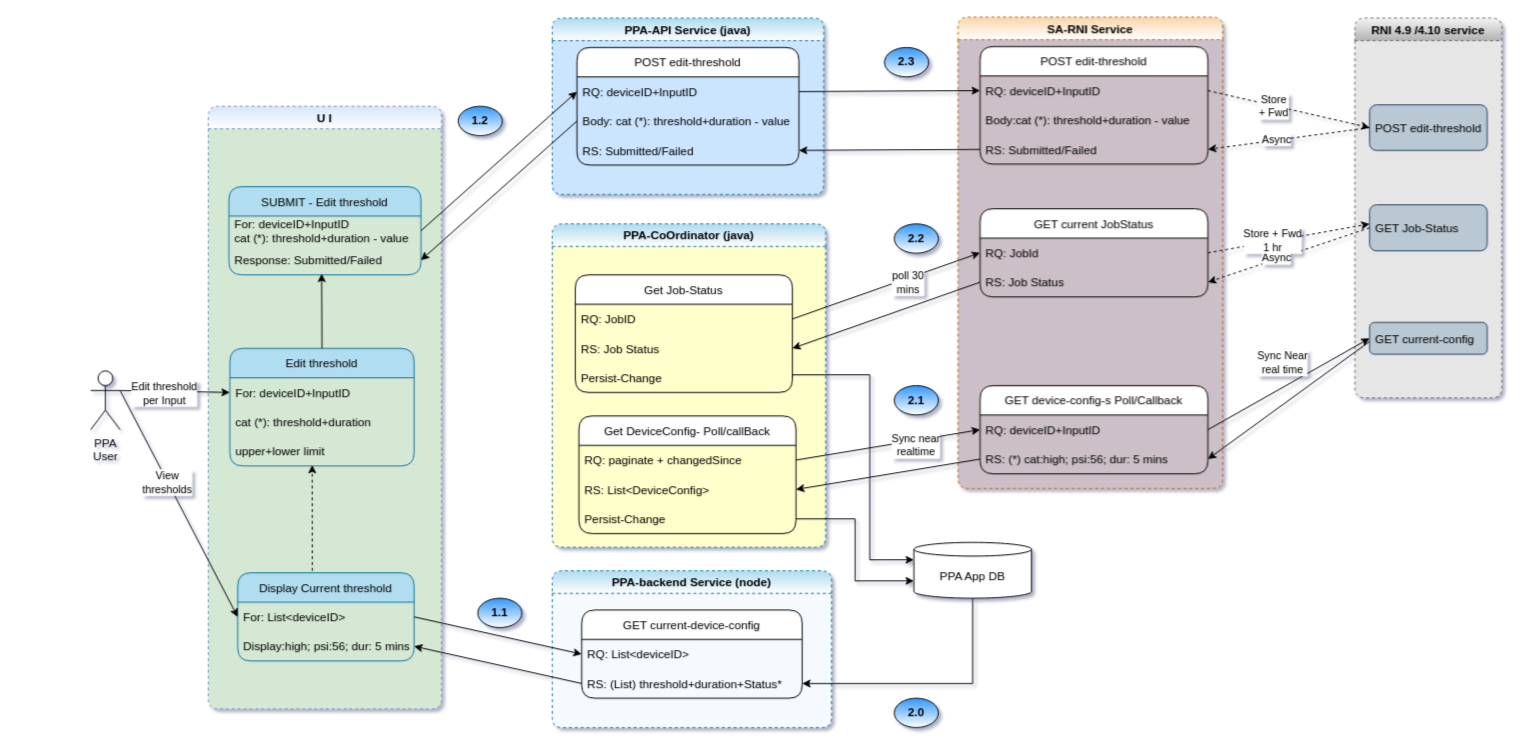
The draw.io diagram ppa/edit-threshold-data-mapping-v2.drawio in rajeshpv-common/my-drawio, before the edit. Source tidied: cells renumbered, new cells numbered last; positions are measured from the earlier drawing's top-left corner, leaving out a move shared by most shapes. Both pictures are drawn from the tidied source at 98%, with x=0, y=0 at pixel (90, 17).
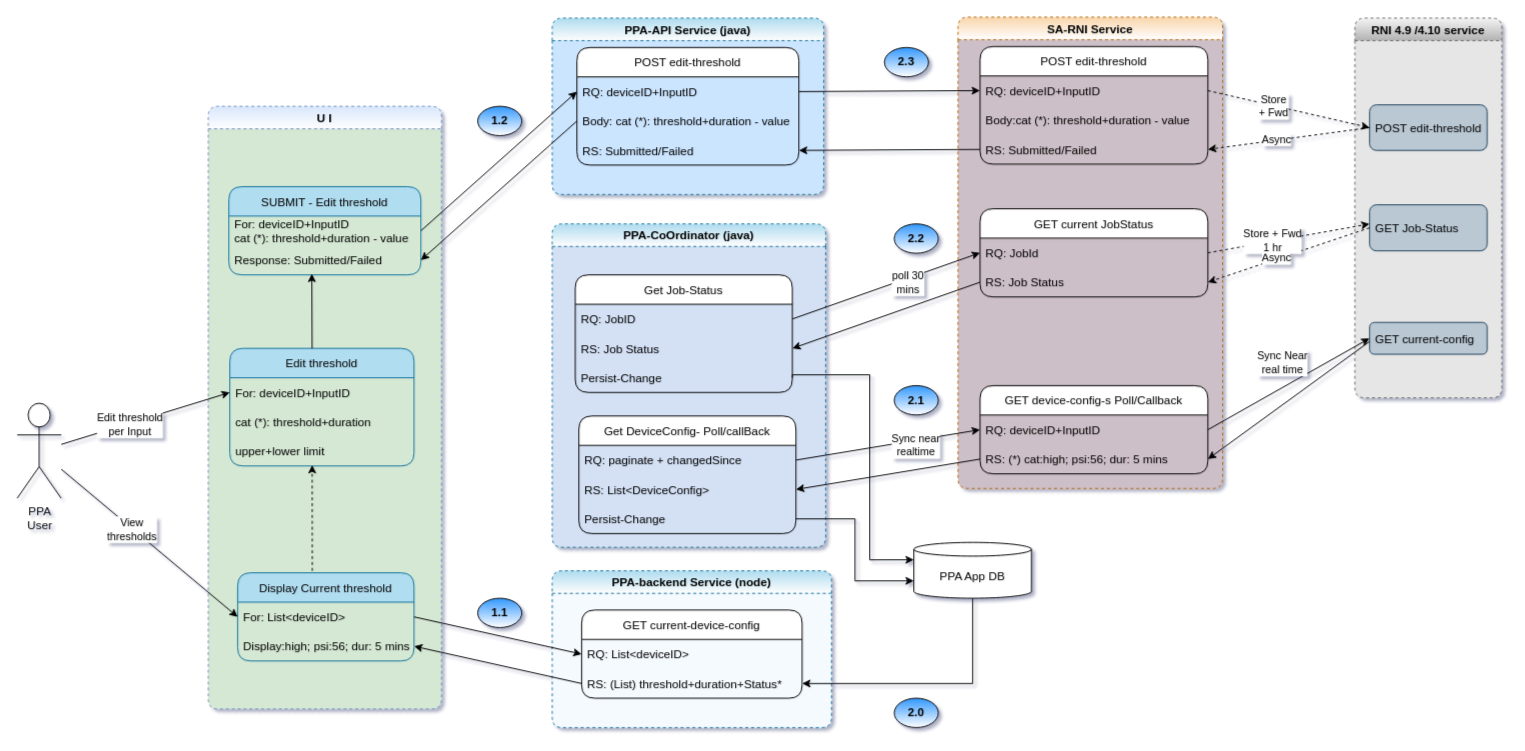
Above is the later version.

The change refers to these unchanged cells:
```xml
<mxCell id="39" value="U I" style="swimlane;rounded=1;dashed=1;fillColor=#dae8fc;strokeColor=#6c8ebf;gradientColor=#ffffff;swimlaneFillColor=#D5E8D4;" parent="1" vertex="1">
  <mxGeometry x="120" y="91" width="238" height="615" as="geometry" />
</mxCell>
<mxCell id="40" value="Edit threshold" style="swimlane;fontStyle=0;horizontal=1;startSize=30;rounded=1;labelBackgroundColor=none;fillColor=#b1ddf0;strokeColor=#10739e;" parent="39" vertex="1">
  <mxGeometry x="22" y="247" width="188" height="120" as="geometry" />
</mxCell>
<mxCell id="41" value="For: deviceID+InputID" style="text;strokeColor=none;fillColor=none;align=left;verticalAlign=middle;spacingLeft=4;spacingRight=4;overflow=hidden;points=[[0,0.5],[1,0.5]];portConstraint=eastwest;rounded=1;" parent="40" vertex="1">
  <mxGeometry y="30" width="188" height="30" as="geometry" />
</mxCell>
<mxCell id="46" value="Response: Submitted/Failed" style="text;strokeColor=none;fillColor=none;align=left;verticalAlign=middle;spacingLeft=4;spacingRight=4;overflow=hidden;points=[[0,0.5],[1,0.5]];portConstraint=eastwest;rounded=1;" parent="44" vertex="1">
  <mxGeometry y="60" width="196" height="30" as="geometry" />
</mxCell>
<mxCell id="50" value="For: List&lt;deviceID&gt;" style="text;strokeColor=none;fillColor=none;align=left;verticalAlign=middle;spacingLeft=4;spacingRight=4;overflow=hidden;points=[[0,0.5],[1,0.5]];portConstraint=eastwest;rounded=1;" parent="49" vertex="1">
  <mxGeometry y="30" width="180" height="30" as="geometry" />
</mxCell>
```

The edit, as a diff of the source:
```diff
@@
-    <mxCell id="30" value="PPA-CoOrdinator (java)" style="swimlane;rounded=1;dashed=1;fillColor=#b1ddf0;strokeColor=#10739e;swimlaneFillColor=#FFFFCC;gradientColor=#ffffff;" parent="1" vertex="1">
+    <mxCell id="30" value="PPA-CoOrdinator (java)" style="swimlane;rounded=1;dashed=1;fillColor=#b1ddf0;strokeColor=#10739e;swimlaneFillColor=#D4E1F5;gradientColor=#ffffff;" parent="1" vertex="1">
       <mxGeometry x="471" y="211" width="279" height="330" as="geometry" />
     </mxCell>
@@
-    <mxCell id="47" style="endArrow=classic;html=1;rounded=0;entryX=0.483;entryY=0.96;entryDx=0;entryDy=0;entryPerimeter=0;exitX=0.5;exitY=0;exitDx=0;exitDy=0;" parent="39" edge="1" source="40" target="46">
-      <mxGeometry relative="1" as="geometry" />
+    <mxCell id="47" style="endArrow=classic;html=1;rounded=0;entryX=0.483;entryY=0.96;entryDx=0;entryDy=0;entryPerimeter=0;exitX=0.5;exitY=0;exitDx=0;exitDy=0;" parent="39" edge="1">
+      <mxGeometry relative="1" as="geometry">
+        <mxPoint x="106" y="247" as="sourcePoint" />
+        <mxPoint x="105.7" y="170.8" as="targetPoint" />
+      </mxGeometry>
     </mxCell>
@@
     <mxCell id="52" value="PPA &lt;br&gt;User" style="shape=umlActor;verticalLabelPosition=bottom;verticalAlign=top;html=1;outlineConnect=0;rounded=1;" parent="1" vertex="1">
-      <mxGeometry y="361" width="30" height="60" as="geometry" />
+      <mxGeometry x="-75" y="394" width="45" height="97" as="geometry" />
     </mxCell>
@@
-    <mxCell id="55" value="View &lt;br&gt;thresholds" style="endArrow=classic;html=1;rounded=0;entryX=0;entryY=0.5;entryDx=0;entryDy=0;exitX=1;exitY=0.3333333333333333;exitDx=0;exitDy=0;exitPerimeter=0;" parent="1" edge="1" source="52" target="50">
+    <mxCell id="55" value="View &lt;br&gt;thresholds" style="endArrow=classic;html=1;rounded=0;entryX=0;entryY=0.5;entryDx=0;entryDy=0;" parent="1" edge="1" source="52" target="50">
       <mxGeometry x="-0.19" y="-1" relative="1" as="geometry" />
     </mxCell>
     <mxCell id="56" value="&lt;b&gt;1.2&lt;/b&gt;" style="ellipse;whiteSpace=wrap;html=1;gradientColor=#ffffff;fillColor=#3399FF;" parent="1" vertex="1">
-      <mxGeometry x="375" y="91" width="45" height="30" as="geometry" />
+      <mxGeometry x="395" y="91" width="45" height="30" as="geometry" />
     </mxCell>
@@
-    <mxCell id="64" value="Edit threshold&lt;br&gt;per Input" style="endArrow=classic;html=1;rounded=0;entryX=0;entryY=0.5;entryDx=0;entryDy=0;exitX=1;exitY=0.3333333333333333;exitDx=0;exitDy=0;exitPerimeter=0;" parent="1" edge="1" source="52" target="41">
-      <mxGeometry x="-0.19" y="-2" relative="1" as="geometry" />
+    <mxCell id="64" value="Edit threshold&lt;br&gt;per Input" style="endArrow=classic;html=1;rounded=0;entryX=0;entryY=0.5;entryDx=0;entryDy=0;" parent="1" edge="1" target="41">
+      <mxGeometry x="-0.19" y="-2" relative="1" as="geometry">
+        <mxPoint x="-30" y="436" as="sourcePoint" />
+      </mxGeometry>
     </mxCell>
```
